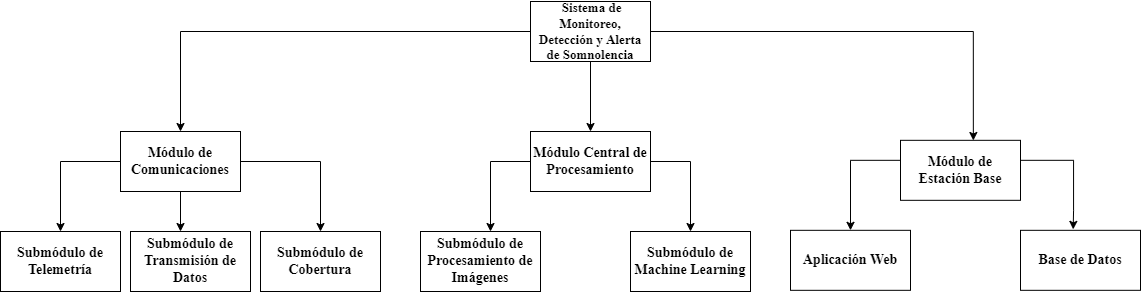
Earlier version of the draw.io export imagenes/topdowngeneral.png (alangamboa97/TT). Source tidied: cells renumbered, new cells last; positions are measured from the earlier drawing's top-left corner, leaving out a move shared by most shapes.
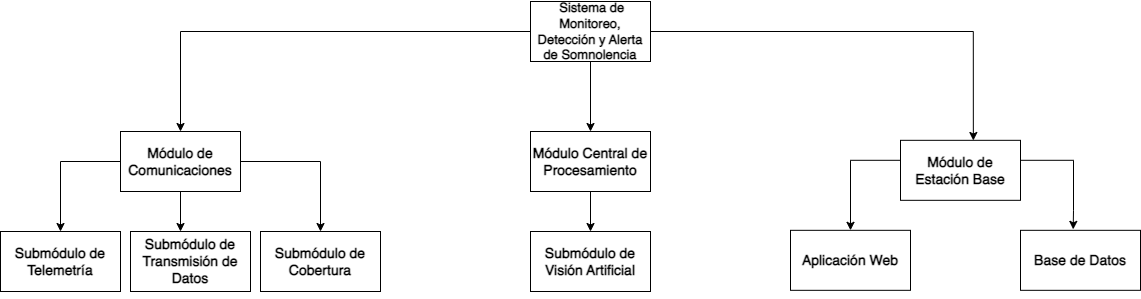
After the commit.

What changed in the source:
```diff
@@ -2,62 +2,50 @@
   <root>
     <mxCell id="0" />
     <mxCell id="1" parent="0" />
-    <mxCell id="2" style="edgeStyle=orthogonalEdgeStyle;rounded=0;jettySize=auto;html=1;fontSize=14;fontFamily=Bentahm;fontSource=https%3A%2F%2Ffonts.googleapis.com%2Fcss%3Ffamily%3DBentahm;" parent="1" edge="1" source="5" target="8">
+    <mxCell id="2" style="edgeStyle=orthogonalEdgeStyle;rounded=0;jettySize=auto;html=1;fontSize=14;" parent="1" edge="1" source="5" target="8">
       <mxGeometry relative="1" as="geometry" />
     </mxCell>
-    <mxCell id="3" style="edgeStyle=orthogonalEdgeStyle;rounded=0;jettySize=auto;html=1;entryX=0.607;entryY=0.003;entryDx=0;entryDy=0;entryPerimeter=0;fontSize=14;fontFamily=Bentahm;fontSource=https%3A%2F%2Ffonts.googleapis.com%2Fcss%3Ffamily%3DBentahm;" parent="1" edge="1" source="5" target="15">
+    <mxCell id="3" style="edgeStyle=orthogonalEdgeStyle;rounded=0;jettySize=auto;html=1;entryX=0.607;entryY=0.003;entryDx=0;entryDy=0;entryPerimeter=0;fontSize=14;" parent="1" edge="1" source="5" target="15">
       <mxGeometry relative="1" as="geometry" />
     </mxCell>
-    <mxCell id="4" style="edgeStyle=orthogonalEdgeStyle;rounded=0;jettySize=auto;html=1;entryX=0.5;entryY=0;entryDx=0;entryDy=0;fontSize=14;fontFamily=Bentahm;fontSource=https%3A%2F%2Ffonts.googleapis.com%2Fcss%3Ffamily%3DBentahm;" parent="1" edge="1" source="5" target="12">
+    <mxCell id="4" style="edgeStyle=orthogonalEdgeStyle;rounded=0;jettySize=auto;html=1;entryX=0.5;entryY=0;entryDx=0;entryDy=0;fontSize=14;" parent="1" edge="1" source="5" target="12">
       <mxGeometry relative="1" as="geometry" />
     </mxCell>
-    <mxCell id="5" value="&lt;b style=&quot;font-size: 13px;&quot;&gt;&amp;nbsp;Sistema de Monitoreo, Detección y Alerta de Somnolencia&lt;/b&gt;" style="rounded=0;whiteSpace=wrap;html=1;fontSize=13;fontFamily=Bentahm;fontSource=https%3A%2F%2Ffonts.googleapis.com%2Fcss%3Ffamily%3DBentahm;" parent="1" vertex="1">
+    <mxCell id="5" value="&lt;b style=&quot;font-size: 13px;&quot;&gt;&amp;nbsp;Sistema de Monitoreo, Detección y Alerta de Somnolencia&lt;/b&gt;" style="rounded=0;whiteSpace=wrap;html=1;fontSize=13;" parent="1" vertex="1">
       <mxGeometry x="530" width="120" height="60" as="geometry" />
     </mxCell>
-    <mxCell id="6" style="edgeStyle=orthogonalEdgeStyle;rounded=0;jettySize=auto;html=1;fontSize=14;fontFamily=Bentahm;fontSource=https%3A%2F%2Ffonts.googleapis.com%2Fcss%3Ffamily%3DBentahm;" parent="1" edge="1" source="8" target="19">
-      <mxGeometry relative="1" as="geometry">
-        <Array as="points">
-          <mxPoint x="490" y="160" />
-        </Array>
-      </mxGeometry>
-    </mxCell>
-    <mxCell id="7" style="edgeStyle=orthogonalEdgeStyle;rounded=0;jettySize=auto;html=1;entryX=0.5;entryY=0;entryDx=0;entryDy=0;fontSize=14;fontFamily=Bentahm;fontSource=https%3A%2F%2Ffonts.googleapis.com%2Fcss%3Ffamily%3DBentahm;" parent="1" edge="1" source="8" target="20">
-      <mxGeometry relative="1" as="geometry">
-        <Array as="points">
-          <mxPoint x="690" y="160" />
-          <mxPoint x="690" y="230" />
-        </Array>
-      </mxGeometry>
-    </mxCell>
+    <mxCell id="24" style="edgeStyle=orthogonalEdgeStyle;rounded=0;jettySize=auto;html=1;entryX=0.5;entryY=0;entryDx=0;entryDy=0;" parent="1" edge="1" source="8" target="25">
+      <mxGeometry relative="1" as="geometry" />
+    </mxCell>
-    <mxCell id="8" value="&lt;b style=&quot;font-size: 14px;&quot;&gt;Módulo Central de Procesamiento&lt;/b&gt;" style="rounded=0;whiteSpace=wrap;html=1;fontSize=14;fontFamily=Bentahm;fontSource=https%3A%2F%2Ffonts.googleapis.com%2Fcss%3Ffamily%3DBentahm;" parent="1" vertex="1">
+    <mxCell id="8" value="&lt;b style=&quot;font-size: 14px;&quot;&gt;Módulo Central de Procesamiento&lt;/b&gt;" style="rounded=0;whiteSpace=wrap;html=1;fontSize=14;" parent="1" vertex="1">
       <mxGeometry x="530" y="130" width="120" height="60" as="geometry" />
     </mxCell>
-    <mxCell id="9" style="edgeStyle=orthogonalEdgeStyle;rounded=0;jettySize=auto;html=1;entryX=0.5;entryY=0;entryDx=0;entryDy=0;fontSize=14;fontFamily=Bentahm;fontSource=https%3A%2F%2Ffonts.googleapis.com%2Fcss%3Ffamily%3DBentahm;" parent="1" edge="1" source="12" target="18">
+    <mxCell id="9" style="edgeStyle=orthogonalEdgeStyle;rounded=0;jettySize=auto;html=1;entryX=0.5;entryY=0;entryDx=0;entryDy=0;fontSize=14;" parent="1" edge="1" source="12" target="18">
       <mxGeometry relative="1" as="geometry" />
     </mxCell>
-    <mxCell id="10" style="edgeStyle=orthogonalEdgeStyle;rounded=0;jettySize=auto;html=1;fontSize=14;fontFamily=Bentahm;fontSource=https%3A%2F%2Ffonts.googleapis.com%2Fcss%3Ffamily%3DBentahm;" parent="1" edge="1" source="12">
+    <mxCell id="10" style="edgeStyle=orthogonalEdgeStyle;rounded=0;jettySize=auto;html=1;fontSize=14;" parent="1" edge="1" source="12">
       <mxGeometry relative="1" as="geometry">
         <mxPoint x="180" y="230" as="targetPoint" />
       </mxGeometry>
     </mxCell>
-    <mxCell id="11" style="edgeStyle=orthogonalEdgeStyle;rounded=0;jettySize=auto;html=1;fontSize=14;fontFamily=Bentahm;fontSource=https%3A%2F%2Ffonts.googleapis.com%2Fcss%3Ffamily%3DBentahm;" parent="1" edge="1" source="12" target="16">
+    <mxCell id="11" style="edgeStyle=orthogonalEdgeStyle;rounded=0;jettySize=auto;html=1;fontSize=14;" parent="1" edge="1" source="12" target="16">
       <mxGeometry relative="1" as="geometry">
         <Array as="points">
           <mxPoint x="60" y="160" />
         </Array>
       </mxGeometry>
     </mxCell>
-    <mxCell id="12" value="&lt;b style=&quot;font-size: 14px;&quot;&gt;Módulo de Comunicaciones&lt;/b&gt;" style="rounded=0;whiteSpace=wrap;html=1;fontSize=14;fontFamily=Bentahm;fontSource=https%3A%2F%2Ffonts.googleapis.com%2Fcss%3Ffamily%3DBentahm;" parent="1" vertex="1">
+    <mxCell id="12" value="&lt;b style=&quot;font-size: 14px;&quot;&gt;Módulo de Comunicaciones&lt;/b&gt;" style="rounded=0;whiteSpace=wrap;html=1;fontSize=14;" parent="1" vertex="1">
       <mxGeometry x="120" y="130" width="120" height="60" as="geometry" />
     </mxCell>
-    <mxCell id="13" style="edgeStyle=orthogonalEdgeStyle;rounded=0;jettySize=auto;html=1;entryX=0.5;entryY=0;entryDx=0;entryDy=0;fontSize=14;fontFamily=Bentahm;fontSource=https%3A%2F%2Ffonts.googleapis.com%2Fcss%3Ffamily%3DBentahm;" parent="1" edge="1" source="15" target="21">
+    <mxCell id="13" style="edgeStyle=orthogonalEdgeStyle;rounded=0;jettySize=auto;html=1;entryX=0.5;entryY=0;entryDx=0;entryDy=0;fontSize=14;" parent="1" edge="1" source="15" target="21">
       <mxGeometry relative="1" as="geometry">
         <Array as="points">
           <mxPoint x="850" y="158.8" />
         </Array>
       </mxGeometry>
     </mxCell>
-    <mxCell id="14" style="edgeStyle=orthogonalEdgeStyle;rounded=0;jettySize=auto;html=1;entryX=0.439;entryY=-0.016;entryDx=0;entryDy=0;entryPerimeter=0;fontSize=14;fontFamily=Bentahm;fontSource=https%3A%2F%2Ffonts.googleapis.com%2Fcss%3Ffamily%3DBentahm;" parent="1" edge="1" source="15" target="22">
+    <mxCell id="14" style="edgeStyle=orthogonalEdgeStyle;rounded=0;jettySize=auto;html=1;entryX=0.439;entryY=-0.016;entryDx=0;entryDy=0;entryPerimeter=0;fontSize=14;" parent="1" edge="1" source="15" target="22">
       <mxGeometry relative="1" as="geometry">
         <Array as="points">
           <mxPoint x="1073" y="158.8" />
@@ -65,32 +53,29 @@
         </Array>
       </mxGeometry>
     </mxCell>
-    <mxCell id="15" value="&lt;b style=&quot;font-size: 14px;&quot;&gt;Módulo de Estación Base&lt;/b&gt;" style="rounded=0;whiteSpace=wrap;html=1;fontSize=14;fontFamily=Bentahm;fontSource=https%3A%2F%2Ffonts.googleapis.com%2Fcss%3Ffamily%3DBentahm;" parent="1" vertex="1">
+    <mxCell id="15" value="&lt;b style=&quot;font-size: 14px;&quot;&gt;Módulo de Estación Base&lt;/b&gt;" style="rounded=0;whiteSpace=wrap;html=1;fontSize=14;" parent="1" vertex="1">
       <mxGeometry x="900" y="138.8" width="120" height="60" as="geometry" />
     </mxCell>
-    <mxCell id="16" value="&lt;b style=&quot;font-size: 14px;&quot;&gt;Submódulo de Telemetría&lt;/b&gt;" style="rounded=0;whiteSpace=wrap;html=1;fontSize=14;fontFamily=Bentahm;fontSource=https%3A%2F%2Ffonts.googleapis.com%2Fcss%3Ffamily%3DBentahm;" parent="1" vertex="1">
+    <mxCell id="16" value="&lt;b style=&quot;font-size: 14px;&quot;&gt;Submódulo de Telemetría&lt;/b&gt;" style="rounded=0;whiteSpace=wrap;html=1;fontSize=14;" parent="1" vertex="1">
       <mxGeometry y="230" width="120" height="60" as="geometry" />
     </mxCell>
-    <mxCell id="17" value="&lt;b style=&quot;font-size: 14px;&quot;&gt;Submódulo de Transmisión de Datos&lt;/b&gt;" style="rounded=0;whiteSpace=wrap;html=1;fontSize=14;fontFamily=Bentahm;fontSource=https%3A%2F%2Ffonts.googleapis.com%2Fcss%3Ffamily%3DBentahm;" parent="1" vertex="1">
+    <mxCell id="17" value="&lt;b style=&quot;font-size: 14px;&quot;&gt;Submódulo de Transmisión de Datos&lt;/b&gt;" style="rounded=0;whiteSpace=wrap;html=1;fontSize=14;" parent="1" vertex="1">
       <mxGeometry x="130" y="230" width="120" height="60" as="geometry" />
     </mxCell>
-    <mxCell id="18" value="&lt;b style=&quot;font-size: 14px;&quot;&gt;Submódulo de Cobertura&lt;/b&gt;" style="rounded=0;whiteSpace=wrap;html=1;fontSize=14;fontFamily=Bentahm;fontSource=https%3A%2F%2Ffonts.googleapis.com%2Fcss%3Ffamily%3DBentahm;" parent="1" vertex="1">
+    <mxCell id="18" value="&lt;b style=&quot;font-size: 14px;&quot;&gt;Submódulo de Cobertura&lt;/b&gt;" style="rounded=0;whiteSpace=wrap;html=1;fontSize=14;" parent="1" vertex="1">
       <mxGeometry x="260" y="230" width="120" height="60" as="geometry" />
     </mxCell>
-    <mxCell id="19" value="&lt;b style=&quot;font-size: 14px;&quot;&gt;Submódulo de Procesamiento de Imágenes&lt;/b&gt;" style="rounded=0;whiteSpace=wrap;html=1;fontSize=14;fontFamily=Bentahm;fontSource=https%3A%2F%2Ffonts.googleapis.com%2Fcss%3Ffamily%3DBentahm;" parent="1" vertex="1">
-      <mxGeometry x="420" y="230" width="120" height="60" as="geometry" />
-    </mxCell>
-    <mxCell id="20" value="&lt;b style=&quot;font-size: 14px;&quot;&gt;Submódulo de Machine Learning&lt;/b&gt;" style="rounded=0;whiteSpace=wrap;html=1;fontSize=14;fontFamily=Bentahm;fontSource=https%3A%2F%2Ffonts.googleapis.com%2Fcss%3Ffamily%3DBentahm;" parent="1" vertex="1">
-      <mxGeometry x="630" y="230" width="120" height="60" as="geometry" />
-    </mxCell>
-    <mxCell id="21" value="&lt;b style=&quot;font-size: 14px;&quot;&gt;Aplicación Web&lt;/b&gt;" style="rounded=0;whiteSpace=wrap;html=1;fontSize=14;fontFamily=Bentahm;fontSource=https%3A%2F%2Ffonts.googleapis.com%2Fcss%3Ffamily%3DBentahm;" parent="1" vertex="1">
+    <mxCell id="21" value="&lt;b style=&quot;font-size: 14px;&quot;&gt;Aplicación Web&lt;/b&gt;" style="rounded=0;whiteSpace=wrap;html=1;fontSize=14;" parent="1" vertex="1">
       <mxGeometry x="790" y="228.8" width="120" height="60" as="geometry" />
     </mxCell>
-    <mxCell id="22" value="&lt;b style=&quot;font-size: 14px;&quot;&gt;Base de Datos&lt;/b&gt;" style="rounded=0;whiteSpace=wrap;html=1;fontSize=14;fontFamily=Bentahm;fontSource=https%3A%2F%2Ffonts.googleapis.com%2Fcss%3Ffamily%3DBentahm;" parent="1" vertex="1">
+    <mxCell id="22" value="&lt;b style=&quot;font-size: 14px;&quot;&gt;Base de Datos&lt;/b&gt;" style="rounded=0;whiteSpace=wrap;html=1;fontSize=14;" parent="1" vertex="1">
       <mxGeometry x="1020" y="228.8" width="120" height="60" as="geometry" />
     </mxCell>
-    <mxCell id="23" style="edgeStyle=orthogonalEdgeStyle;rounded=0;orthogonalLoop=1;jettySize=auto;html=1;exitX=0.5;exitY=1;exitDx=0;exitDy=0;fontSize=14;fontFamily=Bentahm;fontSource=https%3A%2F%2Ffonts.googleapis.com%2Fcss%3Ffamily%3DBentahm;" parent="1" edge="1" source="21" target="21">
+    <mxCell id="23" style="edgeStyle=orthogonalEdgeStyle;rounded=0;orthogonalLoop=1;jettySize=auto;html=1;exitX=0.5;exitY=1;exitDx=0;exitDy=0;fontSize=14;" parent="1" edge="1" source="21" target="21">
       <mxGeometry relative="1" as="geometry" />
     </mxCell>
+    <mxCell id="25" value="&lt;b&gt;Submódulo de Visión Artificial&lt;/b&gt;" style="rounded=0;whiteSpace=wrap;html=1;fontSize=14;" parent="1" vertex="1">
+      <mxGeometry x="530" y="230" width="120" height="60" as="geometry" />
+    </mxCell>
   </root>
 </mxGraphModel>
```
